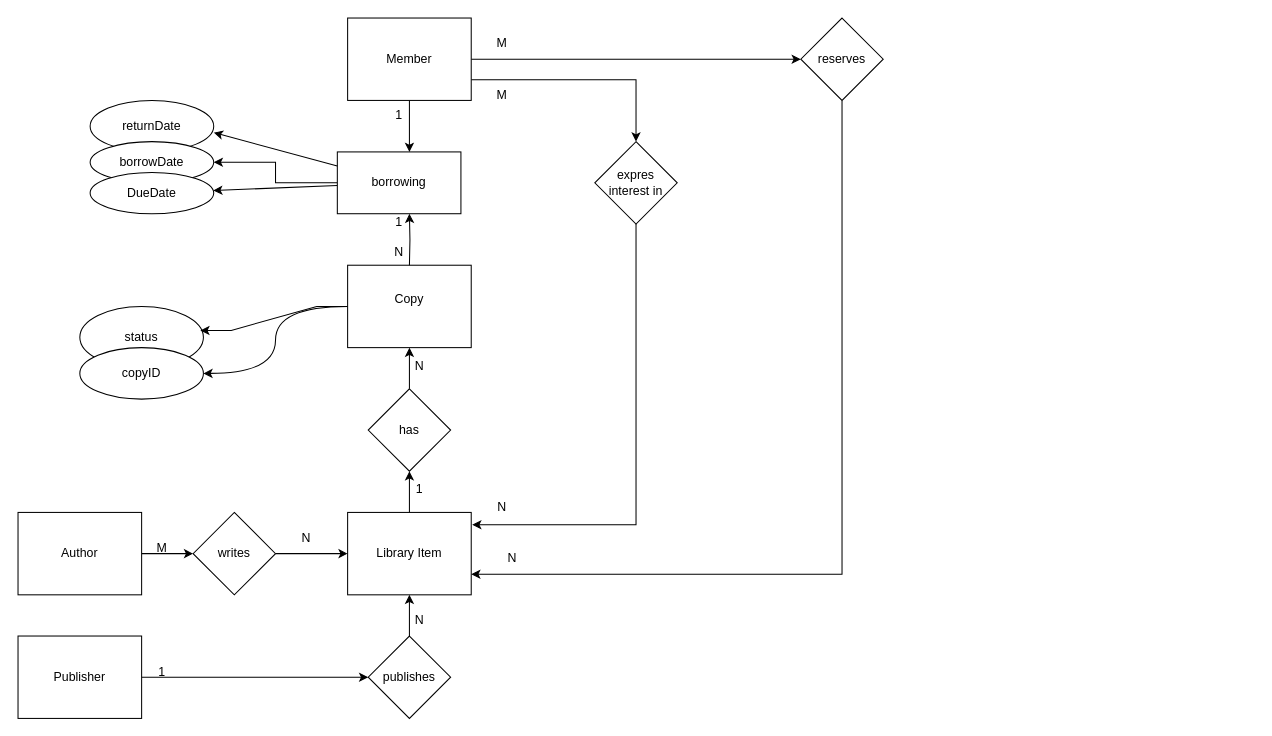
Before: Tutorial2.drawio in fmvemba22/SOEN363, a draw.io diagram. Source tidied: cells renumbered, new cells numbered last; positions are measured from the earlier drawing's top-left corner, leaving out a move shared by most shapes. Both pictures are drawn from the tidied source at 103%, with x=0, y=0 at pixel (18, 18).
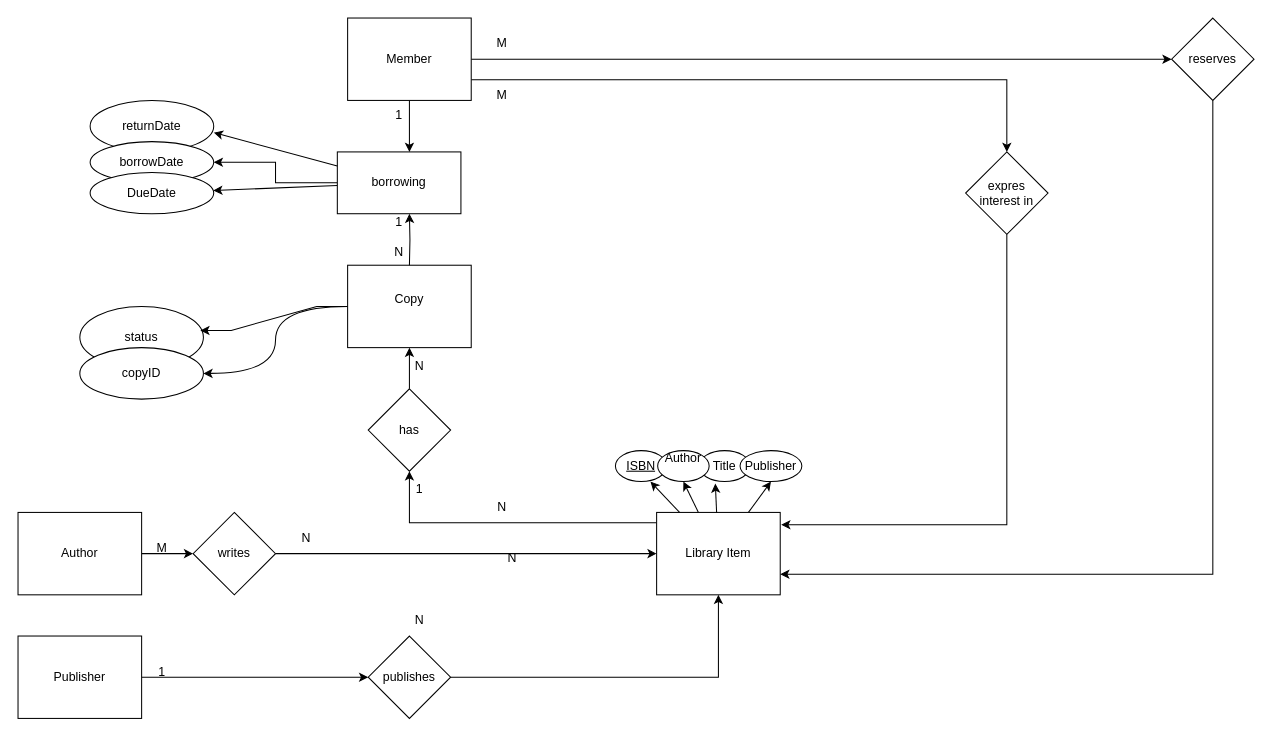
The same page after the edit.

The change refers to these unchanged cells:
```xml
<mxCell id="7" value="Member" style="rounded=0;whiteSpace=wrap;html=1;" parent="1" vertex="1">
  <mxGeometry x="320" width="120" height="80" as="geometry" />
</mxCell>
<mxCell id="16" value="has" style="rhombus;whiteSpace=wrap;html=1;shapeInside=1;" parent="1" vertex="1">
  <mxGeometry x="340" y="360" width="80" height="80" as="geometry" />
</mxCell>
<mxCell id="24" value="writes" style="rhombus;whiteSpace=wrap;html=1;shapeInside=1;" parent="1" vertex="1">
  <mxGeometry x="170" y="480" width="80" height="80" as="geometry" />
</mxCell>
```

The edit, as a diff of the source:
```diff
@@
     <mxCell id="5" style="edgeStyle=orthogonalEdgeStyle;rounded=0;jettySize=auto;html=1;fontFamily=Helvetica;fontSize=12;fontColor=default;" parent="1" edge="1" source="7" target="12">
       <mxGeometry relative="1" as="geometry">
         <Array as="points">
-          <mxPoint x="600" y="60" />
+          <mxPoint x="960" y="60" />
         </Array>
       </mxGeometry>
     </mxCell>
@@
     <mxCell id="8" style="edgeStyle=orthogonalEdgeStyle;rounded=0;jettySize=auto;html=1;entryX=0.5;entryY=1;entryDx=0;entryDy=0;fontFamily=Helvetica;fontSize=12;fontColor=default;" parent="1" edge="1" source="9" target="16">
-      <mxGeometry relative="1" as="geometry" />
+      <mxGeometry relative="1" as="geometry">
+        <Array as="points">
+          <mxPoint x="380" y="490" />
+        </Array>
+      </mxGeometry>
     </mxCell>
+    <mxCell id="48" style="rounded=0;jettySize=auto;html=1;entryX=0.5;entryY=1;entryDx=0;entryDy=0;fontFamily=Helvetica;fontSize=12;fontColor=default;" parent="1" edge="1" source="9" target="52">
+      <mxGeometry relative="1" as="geometry" />
+    </mxCell>
+    <mxCell id="49" style="rounded=0;jettySize=auto;html=1;entryX=0.5;entryY=1;entryDx=0;entryDy=0;fontFamily=Helvetica;fontSize=12;fontColor=default;" parent="1" edge="1" source="9" target="53">
+      <mxGeometry relative="1" as="geometry" />
+    </mxCell>
     <mxCell id="9" value="Library Item" style="rounded=0;whiteSpace=wrap;html=1;" parent="1" vertex="1">
-      <mxGeometry x="320" y="480" width="120" height="80" as="geometry" />
+      <mxGeometry x="620" y="480" width="120" height="80" as="geometry" />
     </mxCell>
     <mxCell id="10" style="edgeStyle=orthogonalEdgeStyle;rounded=0;jettySize=auto;html=1;entryX=1;entryY=0.75;entryDx=0;entryDy=0;fontFamily=Helvetica;fontSize=12;fontColor=default;" parent="1" edge="1" source="11" target="9">
       <mxGeometry relative="1" as="geometry">
         <Array as="points">
-          <mxPoint x="800" y="540" />
+          <mxPoint x="1160" y="540" />
         </Array>
       </mxGeometry>
     </mxCell>
     <mxCell id="11" value="reserves" style="rhombus;whiteSpace=wrap;html=1;shapeInside=1;" parent="1" vertex="1">
-      <mxGeometry x="760" width="80" height="80" as="geometry" />
+      <mxGeometry x="1120" width="80" height="80" as="geometry" />
     </mxCell>
     <mxCell id="12" value="expres interest in" style="rhombus;whiteSpace=wrap;html=1;shapeInside=1;" parent="1" vertex="1">
-      <mxGeometry x="560" y="120" width="80" height="80" as="geometry" />
+      <mxGeometry x="920" y="130" width="80" height="80" as="geometry" />
     </mxCell>
@@
     <mxCell id="23" style="edgeStyle=orthogonalEdgeStyle;rounded=0;jettySize=auto;html=1;entryX=0;entryY=0.5;entryDx=0;entryDy=0;fontFamily=Helvetica;fontSize=12;fontColor=default;" parent="1" edge="1" source="24" target="9">
-      <mxGeometry relative="1" as="geometry" />
+      <mxGeometry relative="1" as="geometry">
+        <Array as="points">
+          <mxPoint x="380" y="520" />
+          <mxPoint x="380" y="520" />
+        </Array>
+      </mxGeometry>
     </mxCell>
@@
     <mxCell id="25" style="edgeStyle=orthogonalEdgeStyle;rounded=0;jettySize=auto;html=1;entryX=1.008;entryY=0.15;entryDx=0;entryDy=0;entryPerimeter=0;fontFamily=Helvetica;fontSize=12;fontColor=default;" parent="1" edge="1" source="12" target="9">
       <mxGeometry relative="1" as="geometry">
         <Array as="points">
-          <mxPoint x="600" y="492" />
+          <mxPoint x="960" y="492" />
         </Array>
       </mxGeometry>
     </mxCell>
@@
+    <mxCell id="50" value="&lt;u&gt;ISBN&lt;/u&gt;" style="ellipse;whiteSpace=wrap;html=1;shapeInside=1;" parent="1" vertex="1">
+      <mxGeometry x="580" y="420" width="50" height="30" as="geometry" />
+    </mxCell>
+    <mxCell id="51" value="Title" style="ellipse;whiteSpace=wrap;html=1;shapeInside=1;" parent="1" vertex="1">
+      <mxGeometry x="661" y="420" width="50" height="30" as="geometry" />
+    </mxCell>
+    <mxCell id="52" value="Author&lt;div&gt;&lt;br/&gt;&lt;/div&gt;" style="ellipse;whiteSpace=wrap;html=1;shapeInside=1;" parent="1" vertex="1">
+      <mxGeometry x="621" y="420" width="50" height="30" as="geometry" />
+    </mxCell>
+    <mxCell id="53" value="Publisher" style="ellipse;whiteSpace=wrap;html=1;shapeInside=1;" parent="1" vertex="1">
+      <mxGeometry x="701" y="420" width="60" height="30" as="geometry" />
+    </mxCell>
+    <mxCell id="54" style="rounded=0;jettySize=auto;html=1;entryX=0.68;entryY=1;entryDx=0;entryDy=0;entryPerimeter=0;fontFamily=Helvetica;fontSize=12;fontColor=default;" parent="1" edge="1" source="9" target="50">
+      <mxGeometry relative="1" as="geometry" />
+    </mxCell>
+    <mxCell id="55" style="rounded=0;jettySize=auto;html=1;entryX=0.32;entryY=1.067;entryDx=0;entryDy=0;entryPerimeter=0;fontFamily=Helvetica;fontSize=12;fontColor=default;" parent="1" edge="1" source="9" target="51">
+      <mxGeometry relative="1" as="geometry" />
+    </mxCell>
```
